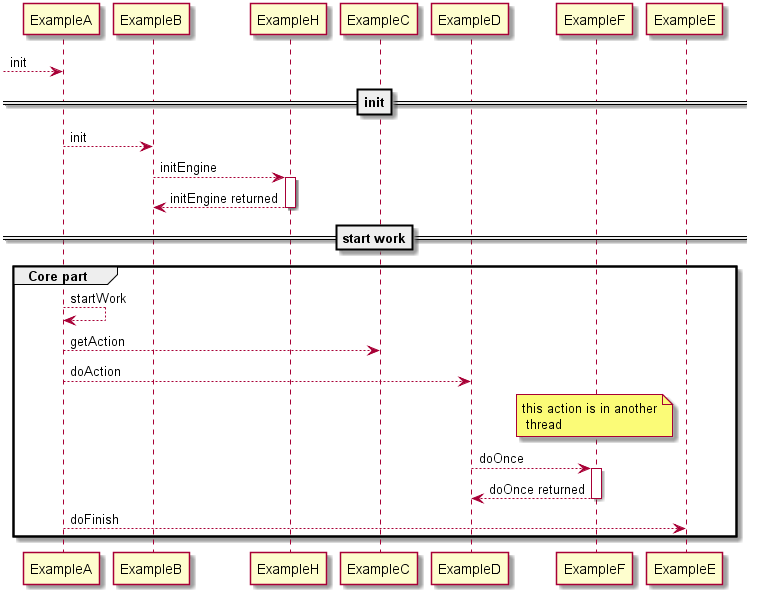
Before: UMLSequenceExample.png, a diagram exported from PlantUML (tianxunaicaoke/UML--Creater). The source it was exported from:
```plantuml
@startuml
  --> ExampleA : init
==init==
ExampleA --> ExampleB : init
ExampleB --> ExampleH : initEngine
activate ExampleH
ExampleH --> ExampleB : initEngine returned
deactivate ExampleH
==start work==
group Core part
ExampleA --> ExampleA : startWork
ExampleA --> ExampleC : getAction
ExampleA --> ExampleD : doAction
note over ExampleF : this action is in another\n thread
ExampleD --> ExampleF : doOnce
activate ExampleF
ExampleF --> ExampleD : doOnce returned
deactivate ExampleF
ExampleA --> ExampleE : doFinish
end
@enduml
```
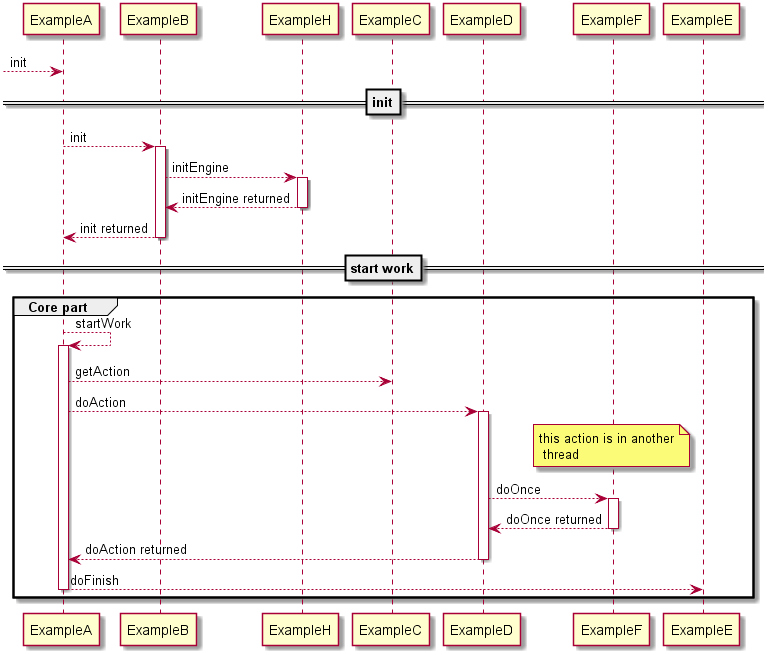
Later version of the same file.

Commit message:
Change the png for sequence uml

What changed in the source:
```diff
@@ -2,20 +2,28 @@
   --> ExampleA : init
 ==init==
 ExampleA --> ExampleB : init
+activate ExampleB
 ExampleB --> ExampleH : initEngine
 activate ExampleH
 ExampleH --> ExampleB : initEngine returned
 deactivate ExampleH
+ExampleB --> ExampleA : init returned
+deactivate ExampleB
 ==start work==
 group Core part
 ExampleA --> ExampleA : startWork
+activate ExampleA
 ExampleA --> ExampleC : getAction
 ExampleA --> ExampleD : doAction
+activate ExampleD
 note over ExampleF : this action is in another\n thread
 ExampleD --> ExampleF : doOnce
 activate ExampleF
 ExampleF --> ExampleD : doOnce returned
 deactivate ExampleF
+ExampleD --> ExampleA : doAction returned
+deactivate ExampleD
 ExampleA --> ExampleE : doFinish
+deactivate ExampleA
 end
 @enduml
```
